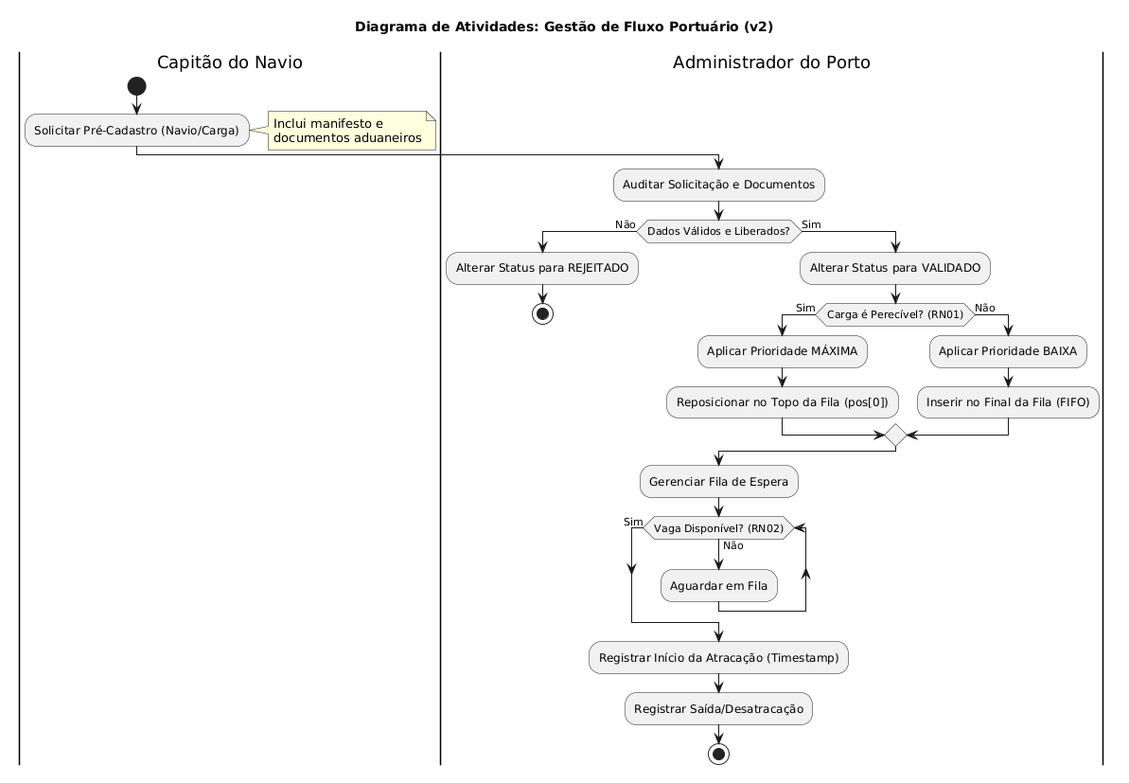
This is Docs/Diagramas/Imagens/Atividades.png from Lucas2Araujo/App_ADMPortuaria, a PlantUML export, as it was before one commit.
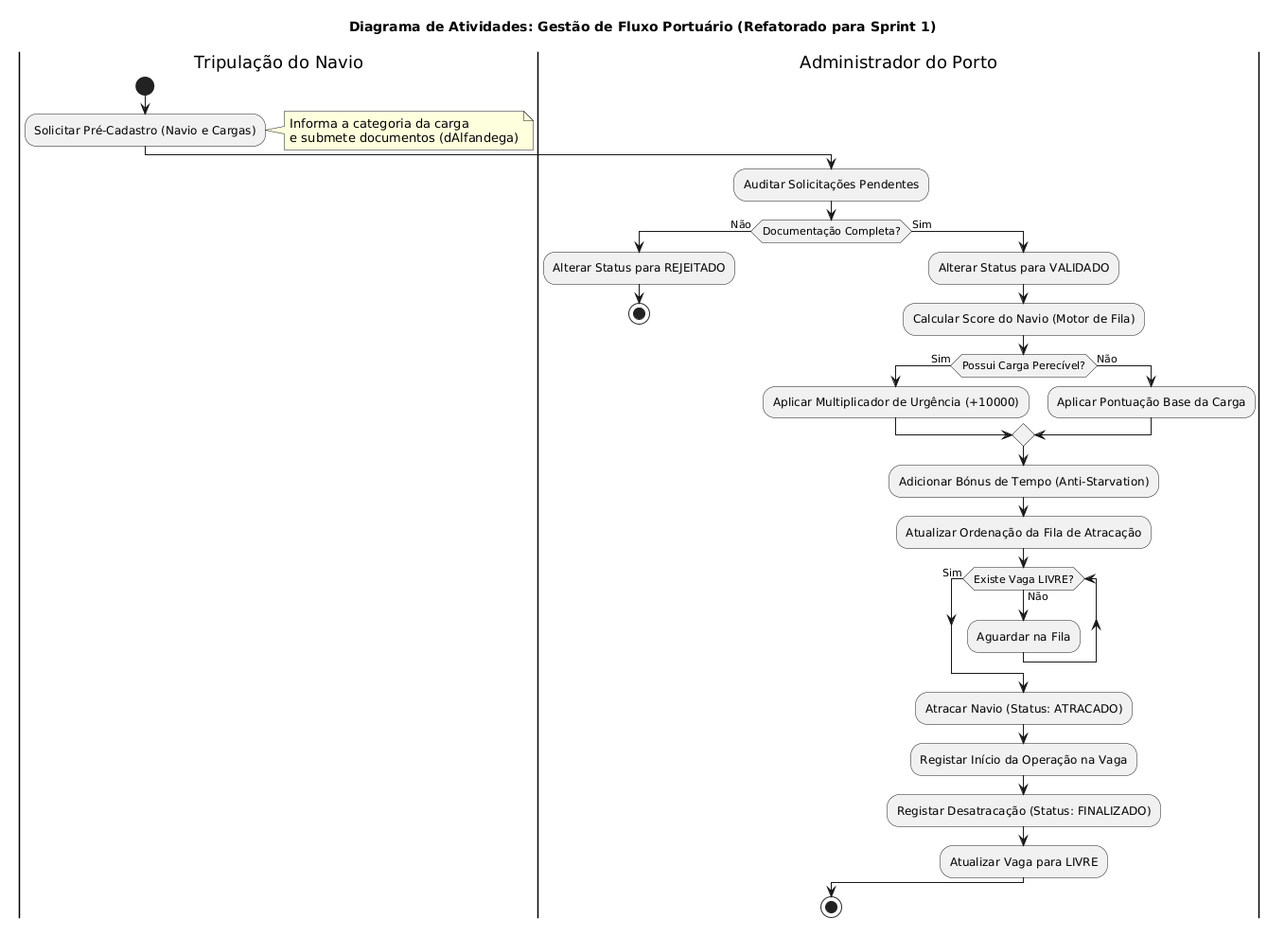
The same file after the commit.

The edit, as a diff of the source:
```diff
@@ -1,37 +1,41 @@
 @startuml
-title Diagrama de Atividades: Gestão de Fluxo Portuário (v2)
+title Diagrama de Atividades: Gestão de Fluxo Portuário (Refatorado para Sprint 1)
 
-|Capitão do Navio|
+|Tripulação do Navio|
 start
-:Solicitar Pré-Cadastro (Navio/Carga);
-note right: Inclui manifesto e\ndocumentos aduaneiros
+:Solicitar Pré-Cadastro (Navio e Cargas);
+note right: Informa a categoria da carga\ne submete documentos (dAlfandega)
 
 |Administrador do Porto|
-:Auditar Solicitação e Documentos;
+:Auditar Solicitações Pendentes;
 
-if (Dados Válidos e Liberados?) then (Não)
+if (Documentação Completa?) then (Não)
   :Alterar Status para REJEITADO;
   stop
 else (Sim)
   :Alterar Status para VALIDADO;
 
-  if (Carga é Perecível? (RN01)) then (Sim)
-    :Aplicar Prioridade MÁXIMA;
-    :Reposicionar no Topo da Fila (pos[0]);
+  :Calcular Score do Navio (Motor de Fila);
+
+  if (Possui Carga Perecível?) then (Sim)
+    :Aplicar Multiplicador de Urgência (+10000);
   else (Não)
-    :Aplicar Prioridade BAIXA;
-    :Inserir no Final da Fila (FIFO);
+    :Aplicar Pontuação Base da Carga;
   endif
+
+  :Adicionar Bónus de Tempo (Anti-Starvation);
+  :Atualizar Ordenação da Fila de Atracação;
+
+  while (Existe Vaga LIVRE?) is (Não)
+    :Aguardar na Fila;
+  endwhile (Sim)
+
+  :Atracar Navio (Status: ATRACADO);
+  :Registar Início da Operação na Vaga;
+
+  :Registar Desatracação (Status: FINALIZADO);
+  :Atualizar Vaga para LIVRE;
 endif
-
-:Gerenciar Fila de Espera;
-
-while (Vaga Disponível? (RN02)) is (Não)
-  :Aguardar em Fila;
-endwhile (Sim)
-
-:Registrar Início da Atracação (Timestamp);
-:Registrar Saída/Desatracação;
 
 stop
 @enduml
```
